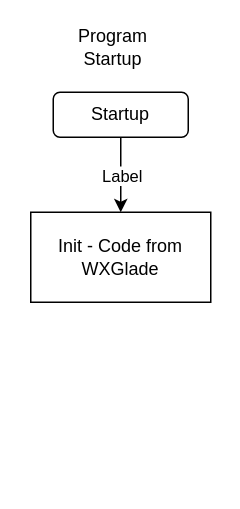
The draw.io diagram Computer_App/Main_Control_Flow.drawio in calebschmurr/AUNA_Test_Box, before the edit. Source tidied: cells renumbered, new cells numbered last; positions are measured from the earlier drawing's top-left corner, leaving out a move shared by most shapes. Both pictures are drawn from the tidied source at 150%, with x=0, y=0 at pixel (30, 32).
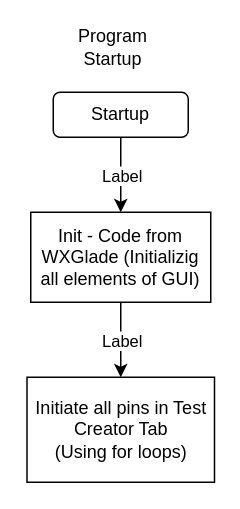
The same page after the edit.

Commit message:
Update to Main_Control_Flow Diagram

Change to the diagram source:
```diff
@@
 <mxGraphModel>
   <root>
     <mxCell id="0" />
     <mxCell id="1" parent="0" />
     <mxCell id="2" value="Program Startup" style="text;html=1;strokeColor=none;fillColor=none;align=center;verticalAlign=middle;whiteSpace=wrap;rounded=0;" parent="1" vertex="1">
       <mxGeometry x="35" width="40" height="20" as="geometry" />
     </mxCell>
-    <mxCell id="3" value="Init - Code from WXGlade" style="rounded=0;whiteSpace=wrap;html=1;" parent="1" vertex="1">
+    <mxCell id="3" value="Init - Code from WXGlade (Initializig all elements of GUI)" style="rounded=0;whiteSpace=wrap;html=1;" parent="1" vertex="1">
       <mxGeometry y="120" width="120" height="60" as="geometry" />
     </mxCell>
     <mxCell id="4" value="Startup" style="rounded=1;whiteSpace=wrap;html=1;" parent="1" vertex="1">
       <mxGeometry x="15" y="40" width="90" height="30" as="geometry" />
     </mxCell>
     <mxCell id="5" style="endArrow=classic;html=1;exitX=0.5;exitY=1;exitDx=0;exitDy=0;entryX=0.5;entryY=0;entryDx=0;entryDy=0;" parent="1" edge="1" source="4" target="3">
       <mxGeometry relative="1" as="geometry" />
     </mxCell>
     <mxCell id="6" value="Label" style="edgeLabel;html=1;align=center;verticalAlign=middle;" parent="5" vertex="1">
       <mxGeometry relative="1" as="geometry" />
     </mxCell>
+    <mxCell id="7" value="Initiate all pins in Test Creator Tab&lt;br&gt;(Using for loops)" style="rounded=0;whiteSpace=wrap;html=1;" parent="1" vertex="1">
+      <mxGeometry x="-2.5" y="230" width="125" height="70" as="geometry" />
+    </mxCell>
+    <mxCell id="8" style="endArrow=classic;html=1;exitX=0.5;exitY=1;exitDx=0;exitDy=0;entryX=0.5;entryY=0;entryDx=0;entryDy=0;" parent="1" edge="1" source="3" target="7">
+      <mxGeometry relative="1" as="geometry" />
+    </mxCell>
+    <mxCell id="9" value="Label" style="edgeLabel;html=1;align=center;verticalAlign=middle;" parent="8" vertex="1">
+      <mxGeometry relative="1" as="geometry" />
+    </mxCell>
   </root>
 </mxGraphModel>
```
